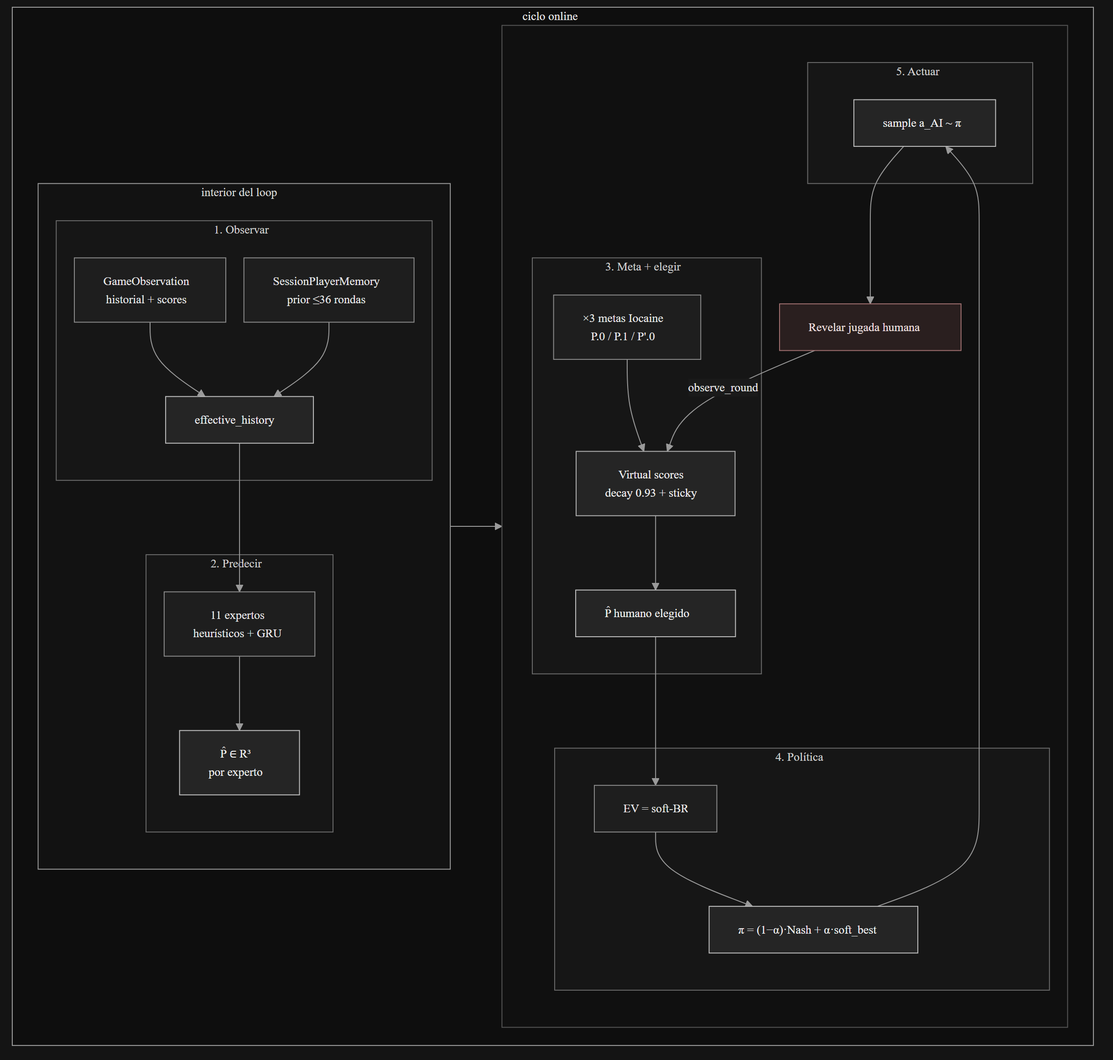
Earlier version of the Mermaid export docs/inference_pipeline.png (AndresBlue/rps13-adaptive-agent). Its source is kept beside it as docs/inference_pipeline.mmd.
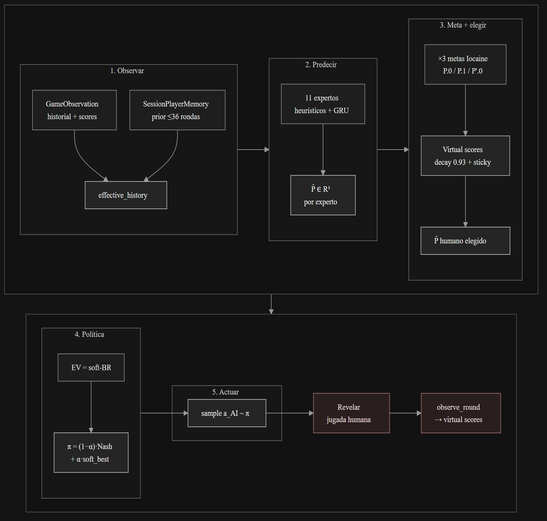
The same diagram one commit later.

Commit message:
Update inference pipeline Mermaid figure to compact near-square layout.

Change to the diagram source:
```diff
@@ -2,9 +2,10 @@
   "flowchart": {
     "htmlLabels": true,
     "curve": "basis",
-    "padding": 16,
-    "nodeSpacing": 20,
-    "rankSpacing": 32
+    "padding": 12,
+    "nodeSpacing": 24,
+    "rankSpacing": 32,
+    "wrappingWidth": 150
   },
   "theme": "dark",
   "themeVariables": {
@@ -27,55 +28,57 @@
     "edgeLabelBackground": "#1A1A1A"
   }
 }}%%
-flowchart LR
-  subgraph loop["ciclo online"]
+flowchart TB
+  subgraph row1 [" "]
     direction LR
 
-    subgraph interior["interior del loop"]
+    subgraph observe ["1. Observar"]
       direction TB
-
-      subgraph observe ["1. Observar"]
-        Obs[GameObservation<br/>historial + scores]
-        Mem[SessionPlayerMemory<br/>prior ≤36 rondas]
-        Obs --> Hist[effective_history]
-        Mem --> Hist
-      end
-
-      subgraph predict ["2. Predecir"]
-        Exp[11 expertos<br/>heurísticos + GRU]
-        Ph["P̂ ∈ R³<br/>por experto"]
-        Hist --> Exp --> Ph
-      end
+      Obs["GameObservation<br/>historial + scores"]
+      Mem["SessionPlayerMemory<br/>prior ≤36 rondas"]
+      Hist["effective_history"]
+      Obs --> Hist
+      Mem --> Hist
     end
 
-    subgraph ring[" "]
+    subgraph predict ["2. Predecir"]
       direction TB
-
-      subgraph meta ["3. Meta + elegir"]
-        Meta["×3 metas Iocaine<br/>P.0 / P.1 / P'.0"]
-        Scores[Virtual scores<br/>decay 0.93 + sticky]
-        Chosen["P̂ humano elegido"]
-        Meta --> Scores --> Chosen
-      end
-
-      subgraph policy ["4. Política"]
-        EV["EV = soft-BR"]
-        Mix["π = (1−α)·Nash + α·soft_best"]
-        EV --> Mix
-      end
-
-      subgraph act ["5. Actuar"]
-        Sample["sample a_AI ~ π"]
-      end
-
-      Reveal[Revelar jugada humana]
-      Mix --> Sample --> Reveal
+      Exp["11 expertos<br/>heurísticos + GRU"]
+      Ph["P̂ ∈ R³<br/>por experto"]
+      Exp --> Ph
     end
 
-    Ph --> Meta
-    Chosen --> EV
-    Reveal -->|observe_round| Scores
+    subgraph meta ["3. Meta + elegir"]
+      direction TB
+      Meta["×3 metas Iocaine<br/>P.0 / P.1 / P'.0"]
+      Scores["Virtual scores<br/>decay 0.93 + sticky"]
+      Chosen["P̂ humano elegido"]
+      Meta --> Scores --> Chosen
+    end
   end
+
+  subgraph row2 [" "]
+    direction LR
+
+    subgraph policy ["4. Política"]
+      direction TB
+      EV["EV = soft-BR"]
+      Mix["π = (1−α)·Nash<br/>+ α·soft_best"]
+      EV --> Mix
+    end
+
+    subgraph act ["5. Actuar"]
+      Sample["sample a_AI ~ π"]
+    end
+
+    Reveal["Revelar<br/>jugada humana"]
+    Adapt["observe_round<br/>→ virtual scores"]
+  end
+
+  Hist --> Exp
+  Ph --> Meta
+  Chosen --> EV
+  Mix --> Sample --> Reveal --> Adapt
 
   style Obs fill:#1E1E1E,stroke:#8A8A8A,color:#E8E8E8
   style Mem fill:#1E1E1E,stroke:#8A8A8A,color:#E8E8E8
@@ -89,11 +92,11 @@
   style Mix fill:#252525,stroke:#C0C0C0,color:#F0F0F0
   style Sample fill:#252525,stroke:#C0C0C0,color:#F0F0F0
   style Reveal fill:#2A1F1F,stroke:#A07070,color:#F0E0E0
+  style Adapt fill:#2A1F1F,stroke:#A07070,color:#F0E0E0
   style observe fill:#161616,stroke:#6A6A6A,color:#D0D0D0
   style predict fill:#161616,stroke:#6A6A6A,color:#D0D0D0
   style meta fill:#161616,stroke:#6A6A6A,color:#D0D0D0
   style policy fill:#161616,stroke:#6A6A6A,color:#D0D0D0
   style act fill:#161616,stroke:#6A6A6A,color:#D0D0D0
-  style interior fill:#121212,stroke:#9A9A9A,color:#D8D8D8
-  style ring fill:#101010,stroke:#555555,color:#888888
-  style loop fill:#0E0E0E,stroke:#A0A0A0,color:#E8E8E8
+  style row1 fill:#121212,stroke:#555555,color:#888888
+  style row2 fill:#121212,stroke:#555555,color:#888888
```
